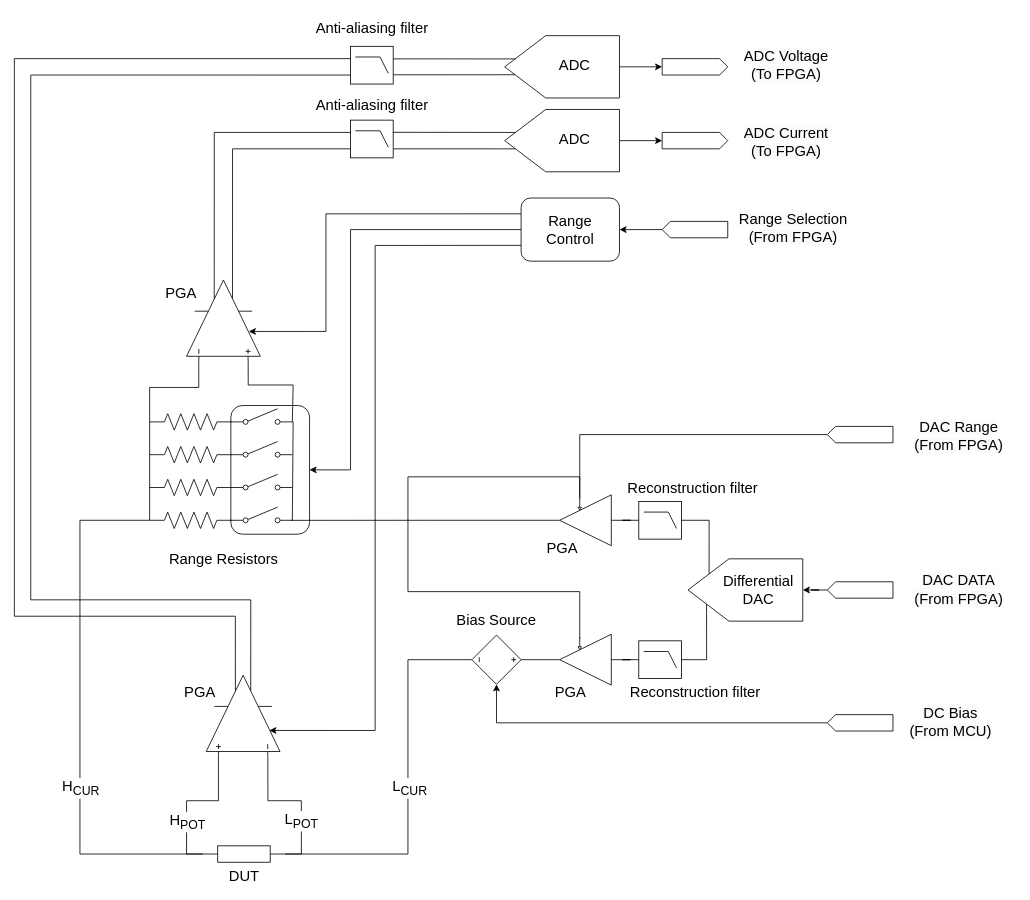
Above: Billeder/SystemArchitecture/AnalogFrontEndDetailedBlock.drawio in JOCRIX/BscProject (draw.io), before the change. Source tidied: cells renumbered, new cells numbered last; positions are measured from the earlier drawing's top-left corner, leaving out a move shared by most shapes. Both pictures are drawn from the tidied source at 82%, with x=0, y=0 at pixel (14, 14).
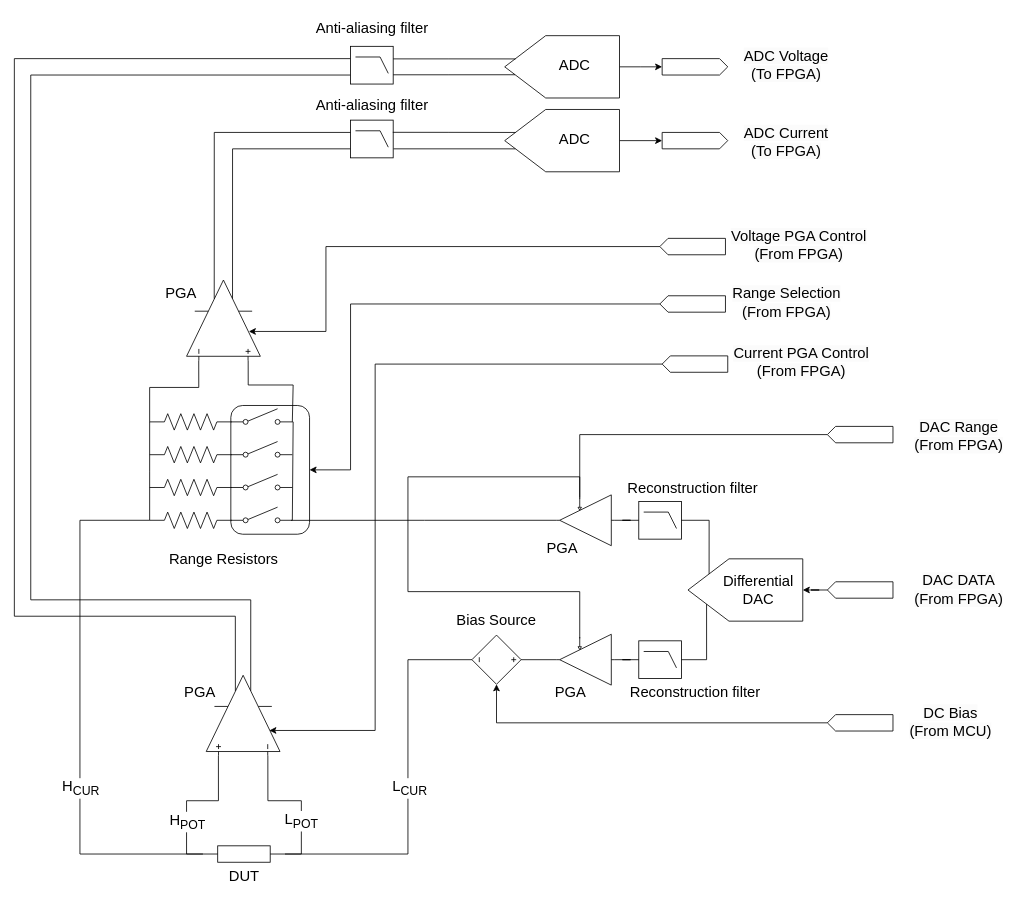
The same diagram, later.

Commit message (it also covers changes not shown here):
updated diagram for sample control

Unchanged cells that the change refers to:
```xml
<mxCell id="25" style="verticalLabelPosition=bottom;shadow=0;dashed=0;align=center;html=1;verticalAlign=top;shape=mxgraph.electrical.abstract.operational_amp_1;direction=north;" parent="1" vertex="1">
  <mxGeometry x="210" y="324" width="90" height="98" as="geometry" />
</mxCell>
<mxCell id="33" style="verticalLabelPosition=bottom;shadow=0;dashed=0;align=center;html=1;verticalAlign=top;shape=mxgraph.electrical.abstract.operational_amp_1;direction=east;rotation=-90;flipV=1;" parent="1" vertex="1">
  <mxGeometry x="230" y="810" width="98" height="90" as="geometry" />
</mxCell>
<mxCell id="43" style="rounded=1;whiteSpace=wrap;html=1;direction=south;fillColor=none;" parent="1" vertex="1">
  <mxGeometry x="264" y="477" width="96" height="157" as="geometry" />
</mxCell>
```

Change to the diagram source:
```diff
@@
-    <mxCell id="47" style="edgeStyle=orthogonalEdgeStyle;rounded=0;jettySize=auto;html=1;entryX=0.36;entryY=0.844;entryDx=0;entryDy=0;exitX=0;exitY=0.25;exitDx=0;exitDy=0;entryPerimeter=0;" parent="1" edge="1" source="50" target="25">
+    <mxCell id="47" style="edgeStyle=orthogonalEdgeStyle;rounded=0;jettySize=auto;html=1;entryX=0.36;entryY=0.844;entryDx=0;entryDy=0;exitX=0.5;exitY=1;exitDx=0;exitDy=0;entryPerimeter=0;" parent="1" edge="1" source="86" target="25">
       <mxGeometry relative="1" as="geometry">
         <Array as="points">
-          <mxPoint x="380" y="243" />
+          <mxPoint x="380" y="283" />
           <mxPoint x="380" y="387" />
         </Array>
       </mxGeometry>
     </mxCell>
-    <mxCell id="48" style="edgeStyle=orthogonalEdgeStyle;rounded=0;jettySize=auto;html=1;exitX=0;exitY=0.5;exitDx=0;exitDy=0;entryX=0.5;entryY=0;entryDx=0;entryDy=0;" parent="1" edge="1" source="50" target="43">
+    <mxCell id="48" style="edgeStyle=orthogonalEdgeStyle;rounded=0;jettySize=auto;html=1;exitX=0.5;exitY=1;exitDx=0;exitDy=0;entryX=0.5;entryY=0;entryDx=0;entryDy=0;" parent="1" edge="1" source="52" target="43">
       <mxGeometry relative="1" as="geometry">
         <Array as="points">
-          <mxPoint x="410" y="262" />
+          <mxPoint x="410" y="353" />
           <mxPoint x="410" y="556" />
         </Array>
       </mxGeometry>
     </mxCell>
-    <mxCell id="49" style="edgeStyle=orthogonalEdgeStyle;rounded=0;jettySize=auto;html=1;exitX=0;exitY=0.75;exitDx=0;exitDy=0;entryX=0.313;entryY=0.145;entryDx=0;entryDy=0;entryPerimeter=0;" parent="1" edge="1" source="50" target="33">
+    <mxCell id="49" style="edgeStyle=orthogonalEdgeStyle;rounded=0;jettySize=auto;html=1;entryX=0.313;entryY=0.145;entryDx=0;entryDy=0;entryPerimeter=0;exitX=0.5;exitY=1;exitDx=0;exitDy=0;" parent="1" edge="1" source="88" target="33">
       <mxGeometry relative="1" as="geometry">
         <Array as="points">
-          <mxPoint x="440" y="282" />
+          <mxPoint x="440" y="426" />
           <mxPoint x="440" y="873" />
         </Array>
       </mxGeometry>
     </mxCell>
-    <mxCell id="50" value="&lt;span style=&quot;font-size: 18px;&quot;&gt;Range&lt;br&gt;Control&lt;/span&gt;" style="rounded=1;whiteSpace=wrap;html=1;" parent="1" vertex="1">
-      <mxGeometry x="618" y="224" width="120" height="77" as="geometry" />
-    </mxCell>
-    <mxCell id="51" style="edgeStyle=orthogonalEdgeStyle;rounded=0;jettySize=auto;html=1;entryX=1;entryY=0.5;entryDx=0;entryDy=0;" parent="1" edge="1" source="52" target="50">
-      <mxGeometry relative="1" as="geometry" />
-    </mxCell>
     <mxCell id="52" style="shape=offPageConnector;whiteSpace=wrap;html=1;direction=north;size=0.125;rotation=-180;" parent="1" vertex="1">
-      <mxGeometry x="790" y="252.5" width="80" height="20" as="geometry" />
+      <mxGeometry x="787.2" y="343.2" width="80" height="20" as="geometry" />
     </mxCell>
     <mxCell id="53" value="&lt;span style=&quot;color: rgb(0, 0, 0); font-family: Helvetica; font-size: 18px; font-style: normal; font-variant-ligatures: normal; font-variant-caps: normal; font-weight: 400; letter-spacing: normal; orphans: 2; text-indent: 0px; text-transform: none; widows: 2; word-spacing: 0px; -webkit-text-stroke-width: 0px; white-space: nowrap; background-color: rgb(251, 251, 251); text-decoration-thickness: initial; text-decoration-style: initial; text-decoration-color: initial; float: none; display: inline !important;&quot;&gt;Range Selection&lt;br&gt;(From FPGA)&lt;/span&gt;" style="text;whiteSpace=wrap;html=1;align=center;" parent="1" vertex="1">
-      <mxGeometry x="880" y="233.2" width="140" height="58.5" as="geometry" />
+      <mxGeometry x="871.5" y="324" width="140" height="58.5" as="geometry" />
     </mxCell>
@@
+    <mxCell id="86" style="shape=offPageConnector;whiteSpace=wrap;html=1;direction=north;size=0.125;rotation=-180;" parent="1" vertex="1">
+      <mxGeometry x="787.2" y="273.2" width="80" height="20" as="geometry" />
+    </mxCell>
+    <mxCell id="87" value="&lt;span style=&quot;color: rgb(0, 0, 0); font-family: Helvetica; font-size: 18px; font-style: normal; font-variant-ligatures: normal; font-variant-caps: normal; font-weight: 400; letter-spacing: normal; orphans: 2; text-indent: 0px; text-transform: none; widows: 2; word-spacing: 0px; -webkit-text-stroke-width: 0px; white-space: nowrap; background-color: rgb(251, 251, 251); text-decoration-thickness: initial; text-decoration-style: initial; text-decoration-color: initial; float: none; display: inline !important;&quot;&gt;Voltage PGA Control&lt;br&gt;(From FPGA)&lt;/span&gt;" style="text;whiteSpace=wrap;html=1;align=center;" parent="1" vertex="1">
+      <mxGeometry x="867.2" y="254" width="180" height="58.5" as="geometry" />
+    </mxCell>
+    <mxCell id="88" style="shape=offPageConnector;whiteSpace=wrap;html=1;direction=north;size=0.125;rotation=-180;" parent="1" vertex="1">
+      <mxGeometry x="790" y="416.5" width="80" height="20" as="geometry" />
+    </mxCell>
+    <mxCell id="89" value="&lt;span style=&quot;color: rgb(0, 0, 0); font-family: Helvetica; font-size: 18px; font-style: normal; font-variant-ligatures: normal; font-variant-caps: normal; font-weight: 400; letter-spacing: normal; orphans: 2; text-indent: 0px; text-transform: none; widows: 2; word-spacing: 0px; -webkit-text-stroke-width: 0px; white-space: nowrap; background-color: rgb(251, 251, 251); text-decoration-thickness: initial; text-decoration-style: initial; text-decoration-color: initial; float: none; display: inline !important;&quot;&gt;Current PGA Control&lt;br&gt;(From FPGA)&lt;/span&gt;" style="text;whiteSpace=wrap;html=1;align=center;" parent="1" vertex="1">
+      <mxGeometry x="870" y="397.2" width="180" height="58.5" as="geometry" />
+    </mxCell>
```
